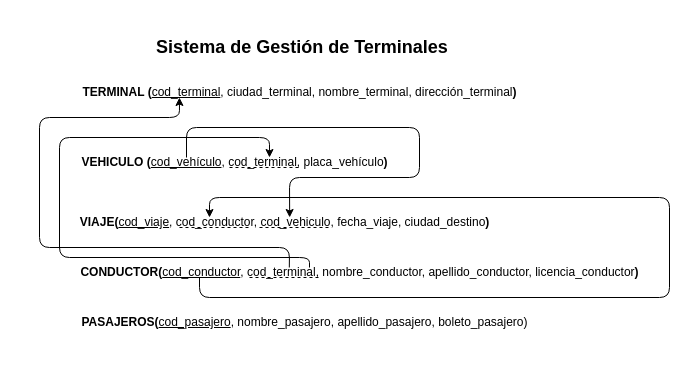
This is grafo.drawio from Vladimirjon/Proyecto_BDD, a draw.io file, before an edit. Source tidied: cells renumbered, new cells numbered last; positions are measured from the earlier drawing's top-left corner, leaving out a move shared by most shapes. Both pictures are drawn from the tidied source at 100%, with x=0, y=0 at pixel (39, 17).
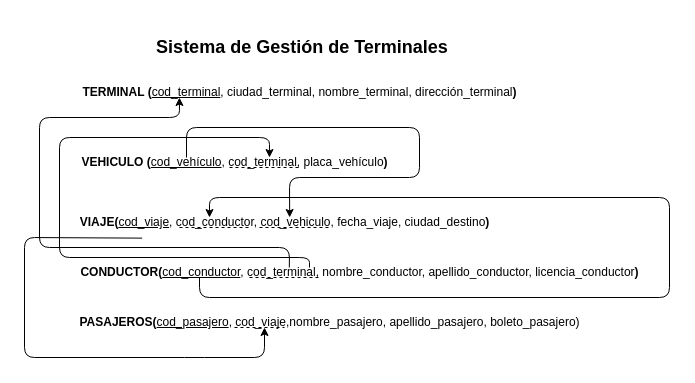
Above is the later version.

Commit message (it also covers changes not shown here):
Quitar FK de MER y arreglar las relaciones

Unchanged cells that the change refers to:
```xml
<mxCell id="4" value="&lt;b&gt;VIAJE(&lt;/b&gt;&lt;u&gt;cod_viaje&lt;/u&gt;, cod_conductor, cod_vehiculo, fecha_viaje, ciudad_destino&lt;b&gt;)&lt;/b&gt;" style="text;html=1;align=center;verticalAlign=middle;points=[];strokeColor=none;fillColor=none;" parent="1" vertex="1">
  <mxGeometry x="30" y="190" width="430" height="30" as="geometry" />
</mxCell>
```

Diff of the diagram source:
```diff
@@
-    <mxCell id="6" value="&lt;b&gt;PASAJEROS(&lt;/b&gt;&lt;u&gt;cod_pasajero&lt;/u&gt;, nombre_pasajero, apellido&lt;span style=&quot;color: rgb(0, 0, 0);&quot;&gt;_pasajero, boleto_pasajero&lt;/span&gt;)" style="text;html=1;align=center;verticalAlign=middle;strokeColor=none;fillColor=none;" parent="1" vertex="1">
-      <mxGeometry x="30" y="290" width="470" height="30" as="geometry" />
+    <mxCell id="6" value="&lt;b&gt;PASAJEROS(&lt;/b&gt;&lt;u&gt;cod_pasajero&lt;/u&gt;, cod_viaje,nombre_pasajero, apellido&lt;span style=&quot;color: rgb(0, 0, 0);&quot;&gt;_pasajero, boleto_pasajero&lt;/span&gt;)" style="text;html=1;align=center;verticalAlign=middle;strokeColor=none;fillColor=none;" parent="1" vertex="1">
+      <mxGeometry x="30" y="290" width="520" height="30" as="geometry" />
     </mxCell>
@@
+    <mxCell id="16" style="endArrow=none;dashed=1;html=1;" parent="1" edge="1">
+      <mxGeometry relative="1" as="geometry">
+        <mxPoint x="195" y="310" as="sourcePoint" />
+        <mxPoint x="245" y="310" as="targetPoint" />
+      </mxGeometry>
+    </mxCell>
+    <mxCell id="17" style="endArrow=classic;html=1;exitX=0.169;exitY=1.021;exitDx=0;exitDy=0;exitPerimeter=0;" parent="1" edge="1" source="4">
+      <mxGeometry relative="1" as="geometry">
+        <mxPoint x="225" y="310" as="targetPoint" />
+        <Array as="points">
+          <mxPoint x="-15" y="220" />
+          <mxPoint x="-15" y="340" />
+          <mxPoint x="155" y="340" />
+          <mxPoint x="225" y="340" />
+        </Array>
+      </mxGeometry>
+    </mxCell>
```
